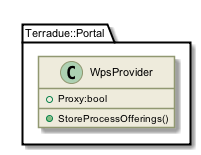
Before: _images/plantuml-b78c62e2bb9388267d585b419bc9d3d7b49b7c6b.png, a diagram exported from PlantUML (Terradue/doc-tep-geohazards-arch).
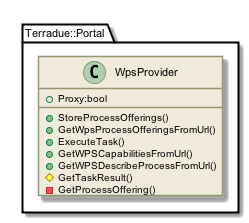
Later version of the same file.

Change to the diagram source:
```diff
@@ -141,6 +141,12 @@
 [[../information/classes/class_terradue_1_1_portal_1_1_wps_provider.html]]
  +Proxy:bool
  +StoreProcessOfferings()
+ +GetWpsProcessOfferingsFromUrl()
+ +ExecuteTask()
+ +GetWPSCapabilitiesFromUrl()
+ +GetWPSDescribeProcessFromUrl()
+ #GetTaskResult()
+ -GetProcessOffering()
 }
 
 @enduml
```
